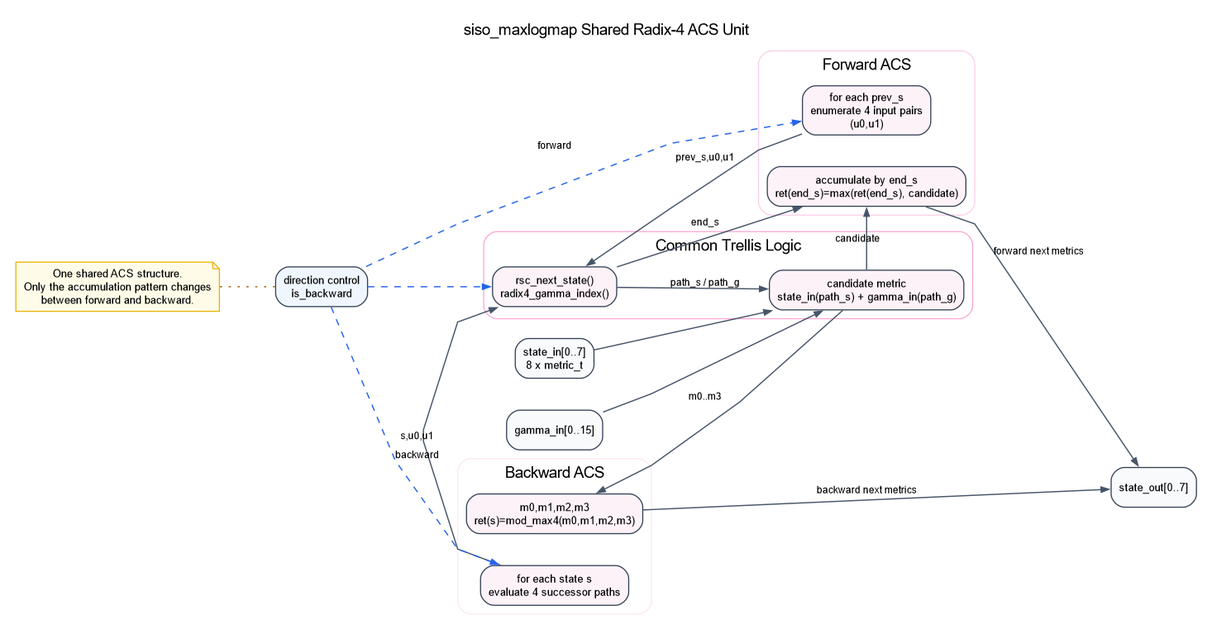
Before: architecture_exports/siso_maxlogmap/internal_units/SISO_RADIX4_ACS_UNIT.png, a diagram exported from Graphviz (HarshithaModekurty/Parallel-Turbo-Decoder-ASIC-for-3GPP-LTE). Its source is kept beside it as architecture_exports/siso_maxlogmap/internal_units/SISO_RADIX4_ACS_UNIT.dot. Its diagram source:
```dot
digraph siso_radix4_acs {
  graph [
    rankdir=LR,
    splines=polyline,
    nodesep=0.4,
    ranksep=0.7,
    pad=0.2,
    bgcolor="white",
    fontname="Helvetica",
    labelloc="t",
    label="siso_maxlogmap Shared Radix-4 ACS Unit"
  ];

  node [
    shape=box,
    style="rounded,filled",
    fillcolor="white",
    color="#334155",
    fontname="Helvetica",
    fontsize=10,
    margin="0.10,0.06"
  ];

  edge [
    color="#475569",
    arrowsize=0.7,
    penwidth=1.1,
    fontname="Helvetica",
    fontsize=9
  ];

  state_in [label="state_in[0..7]\n8 x metric_t", fillcolor="#F8FAFC"];
  gamma_in [label="gamma_in[0..15]", fillcolor="#F8FAFC"];
  state_out [label="state_out[0..7]", fillcolor="#F8FAFC"];

  subgraph cluster_common {
    label="Common Trellis Logic";
    color="#F9A8D4";
    style="rounded";

    trellis [label="rsc_next_state()\nradix4_gamma_index()", fillcolor="#FDF2F8"];
    cand [label="candidate metric\nstate_in(path_s) + gamma_in(path_g)", fillcolor="#FDF2F8"];
  }

  subgraph cluster_fwd {
    label="Forward ACS";
    color="#FBCFE8";
    style="rounded";

    fwd_enum [label="for each prev_s\nenumerate 4 input pairs\n(u0,u1)", fillcolor="#FDF2F8"];
    fwd_acc [label="accumulate by end_s\nret(end_s)=max(ret(end_s), candidate)", fillcolor="#FDF2F8"];
  }

  subgraph cluster_bwd {
    label="Backward ACS";
    color="#FCE7F3";
    style="rounded";

    bwd_enum [label="for each state s\nevaluate 4 successor paths", fillcolor="#FDF2F8"];
    bwd_max [label="m0,m1,m2,m3\nret(s)=mod_max4(m0,m1,m2,m3)", fillcolor="#FDF2F8"];
  }

  dir [label="direction control\nis_backward", fillcolor="#EFF6FF"];
  note0 [shape=note, fillcolor="#FEFCE8", color="#EAB308", label="One shared ACS structure.\nOnly the accumulation pattern changes\nbetween forward and backward."];

  state_in -> cand;
  gamma_in -> cand;
  trellis -> cand [label="path_s / path_g"];
  dir -> trellis [style=dashed, color="#2563EB"];
  dir -> fwd_enum [style=dashed, color="#2563EB", label="forward"];
  dir -> bwd_enum [style=dashed, color="#2563EB", label="backward"];

  fwd_enum -> trellis [label="prev_s,u0,u1"];
  trellis -> fwd_acc [label="end_s"];
  cand -> fwd_acc [label="candidate"];
  fwd_acc -> state_out [label="forward next metrics"];

  bwd_enum -> trellis [label="s,u0,u1"];
  cand -> bwd_max [label="m0..m3"];
  bwd_max -> state_out [label="backward next metrics"];

  note0 -> dir [style=dotted, arrowhead=none, color="#A16207"];
}
```
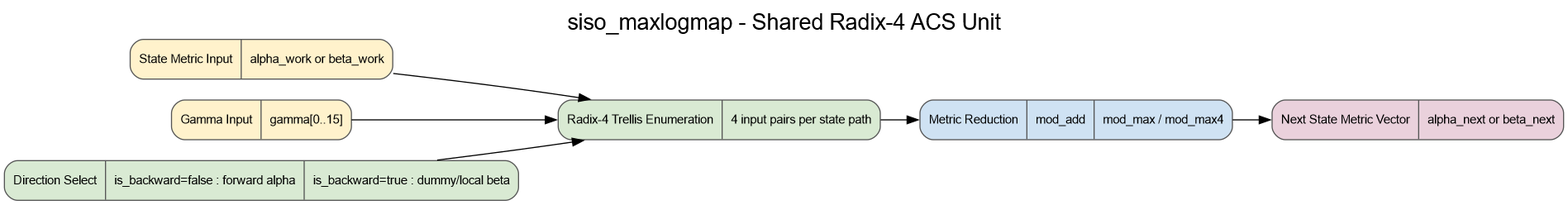
The same diagram one commit later.

Change to the diagram source:
```diff
@@ -1,83 +1,17 @@
-digraph siso_radix4_acs {
-  graph [
-    rankdir=LR,
-    splines=polyline,
-    nodesep=0.4,
-    ranksep=0.7,
-    pad=0.2,
-    bgcolor="white",
-    fontname="Helvetica",
-    labelloc="t",
-    label="siso_maxlogmap Shared Radix-4 ACS Unit"
-  ];
+digraph G {
+  rankdir=LR;
+  graph [labelloc=t, fontsize=20, fontname="Helvetica", label="siso_maxlogmap - Shared Radix-4 ACS Unit"];
+  node [shape=record, style="rounded,filled", fontname="Helvetica", fontsize=11, fillcolor="#f8f6ef", color="#555555"];
 
-  node [
-    shape=box,
-    style="rounded,filled",
-    fillcolor="white",
-    color="#334155",
-    fontname="Helvetica",
-    fontsize=10,
-    margin="0.10,0.06"
-  ];
+  state [label="{State Metric Input|alpha_work or beta_work}", fillcolor="#fff2cc"];
+  gamma [label="{Gamma Input|gamma[0..15]}", fillcolor="#fff2cc"];
+  mode [label="{Direction Select|is_backward=false : forward alpha|is_backward=true : dummy/local beta}", fillcolor="#d9ead3"];
+  enum [label="{Radix-4 Trellis Enumeration|4 input pairs per state path}", fillcolor="#d9ead3"];
+  reduce [label="{Metric Reduction|mod_add|mod_max / mod_max4}", fillcolor="#cfe2f3"];
+  out [label="{Next State Metric Vector|alpha_next or beta_next}", fillcolor="#ead1dc"];
 
-  edge [
-    color="#475569",
-    arrowsize=0.7,
-    penwidth=1.1,
-    fontname="Helvetica",
-    fontsize=9
-  ];
-
-  state_in [label="state_in[0..7]\n8 x metric_t", fillcolor="#F8FAFC"];
-  gamma_in [label="gamma_in[0..15]", fillcolor="#F8FAFC"];
-  state_out [label="state_out[0..7]", fillcolor="#F8FAFC"];
-
-  subgraph cluster_common {
-    label="Common Trellis Logic";
-    color="#F9A8D4";
-    style="rounded";
-
-    trellis [label="rsc_next_state()\nradix4_gamma_index()", fillcolor="#FDF2F8"];
-    cand [label="candidate metric\nstate_in(path_s) + gamma_in(path_g)", fillcolor="#FDF2F8"];
-  }
-
-  subgraph cluster_fwd {
-    label="Forward ACS";
-    color="#FBCFE8";
-    style="rounded";
-
-    fwd_enum [label="for each prev_s\nenumerate 4 input pairs\n(u0,u1)", fillcolor="#FDF2F8"];
-    fwd_acc [label="accumulate by end_s\nret(end_s)=max(ret(end_s), candidate)", fillcolor="#FDF2F8"];
-  }
-
-  subgraph cluster_bwd {
-    label="Backward ACS";
-    color="#FCE7F3";
-    style="rounded";
-
-    bwd_enum [label="for each state s\nevaluate 4 successor paths", fillcolor="#FDF2F8"];
-    bwd_max [label="m0,m1,m2,m3\nret(s)=mod_max4(m0,m1,m2,m3)", fillcolor="#FDF2F8"];
-  }
-
-  dir [label="direction control\nis_backward", fillcolor="#EFF6FF"];
-  note0 [shape=note, fillcolor="#FEFCE8", color="#EAB308", label="One shared ACS structure.\nOnly the accumulation pattern changes\nbetween forward and backward."];
-
-  state_in -> cand;
-  gamma_in -> cand;
-  trellis -> cand [label="path_s / path_g"];
-  dir -> trellis [style=dashed, color="#2563EB"];
-  dir -> fwd_enum [style=dashed, color="#2563EB", label="forward"];
-  dir -> bwd_enum [style=dashed, color="#2563EB", label="backward"];
-
-  fwd_enum -> trellis [label="prev_s,u0,u1"];
-  trellis -> fwd_acc [label="end_s"];
-  cand -> fwd_acc [label="candidate"];
-  fwd_acc -> state_out [label="forward next metrics"];
-
-  bwd_enum -> trellis [label="s,u0,u1"];
-  cand -> bwd_max [label="m0..m3"];
-  bwd_max -> state_out [label="backward next metrics"];
-
-  note0 -> dir [style=dotted, arrowhead=none, color="#A16207"];
+  state -> enum;
+  gamma -> enum;
+  mode -> enum;
+  enum -> reduce -> out;
 }
```
